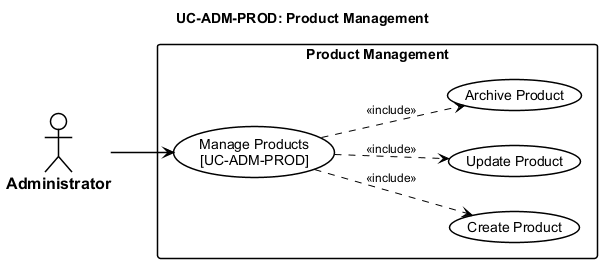
The PlantUML diagram thesis/figures/chapters/part2/ch2-design/02-use-cases/diagrams/P2S2.2.2_usecase-product-management.png in qingfa-dev/ReSys.Shop, before a commit.
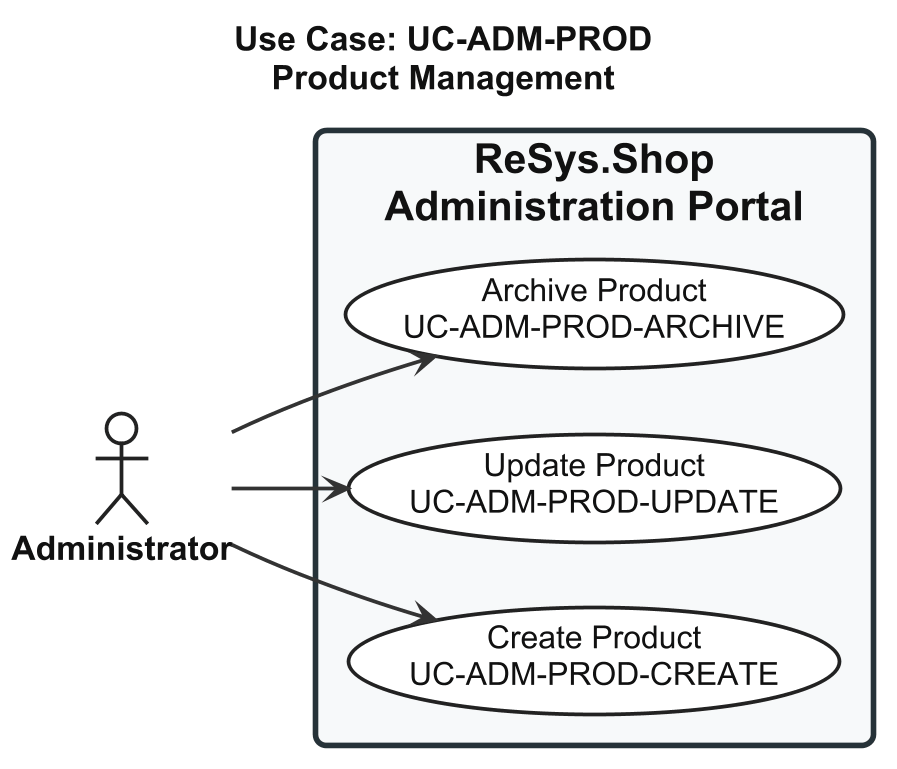
Above is the later version.

The edit, as a diff of the source:
```diff
@@ -1,53 +1,77 @@
 @startuml usecase-product-management
+
 left to right direction
 
+skinparam shadowing false
+skinparam dpi 180
+
 <style>
-  root {
-    FontName "Arial"
-    FontSize 14
-    Shadowing 0
-  }
-  actor {
-    BackGroundColor #FFFFFF
-    LineColor #000000
-    LineThickness 1.5
-    FontColor #000000
-    FontStyle bold
-    FontSize 16
-  }
-  usecase {
-    BackGroundColor #FFFFFF
-    LineColor #000000
-    LineThickness 1.5
-    FontColor #000000
-  }
-  rectangle {
-    BackGroundColor #FFFFFF
-    LineColor #000000
-    LineThickness 1.5
-    FontStyle bold
-  }
-  arrow {
-    LineColor #000000
-    LineThickness 1.5
-    FontSize 12
-  }
+
+root {
+  FontName "Arial"
+  FontSize 18
+  FontColor #111111
+}
+
+actor {
+  FontName "Arial"
+  FontSize 18
+  FontStyle bold
+  FontColor #111111
+  BackgroundColor #FFFFFF
+  LineColor #222222
+  LineThickness 2
+}
+
+usecase {
+  FontName "Arial"
+  FontSize 17
+  FontColor #111111
+  FontStyle plain
+  BackgroundColor #FFFFFF
+  LineColor #222222
+  LineThickness 2
+  Padding 18
+}
+
+rectangle {
+  FontName "Arial"
+  FontSize 22
+  FontStyle bold
+  FontColor #111111
+  BackgroundColor #F7F9FA
+  LineColor #263238
+  LineThickness 3
+  RoundCorner 12
+  Padding 30
+}
+
+arrow {
+  FontName "Arial"
+  FontSize 15
+  FontColor #111111
+  LineColor #333333
+  LineThickness 2
+}
+
 </style>
-title UC-ADM-PROD: Product Management
+
+title Use Case: UC-ADM-PROD\nProduct Management
 
 actor "Administrator" as Admin
 
-rectangle "Product Management" {
-  usecase "Manage Products\n[UC-ADM-PROD]" as UC_MAIN
-  usecase "Create Product" as UC_SUB_1
-  usecase "Update Product" as UC_SUB_2
-  usecase "Archive Product" as UC_SUB_3
+rectangle "ReSys.Shop\nAdministration Portal" {
 
-  UC_MAIN ..> UC_SUB_1 : <<include>>
-  UC_MAIN ..> UC_SUB_2 : <<include>>
-  UC_MAIN ..> UC_SUB_3 : <<include>>
+  usecase "Create Product\nUC-ADM-PROD-CREATE" as UC_CREATE
+
+  usecase "Update Product\nUC-ADM-PROD-UPDATE" as UC_UPDATE
+
+  usecase "Archive Product\nUC-ADM-PROD-ARCHIVE" as UC_ARCHIVE
+
 }
 
-Admin --> UC_MAIN
+Admin --> UC_CREATE
+Admin --> UC_UPDATE
+Admin --> UC_ARCHIVE
 
 @enduml
```
